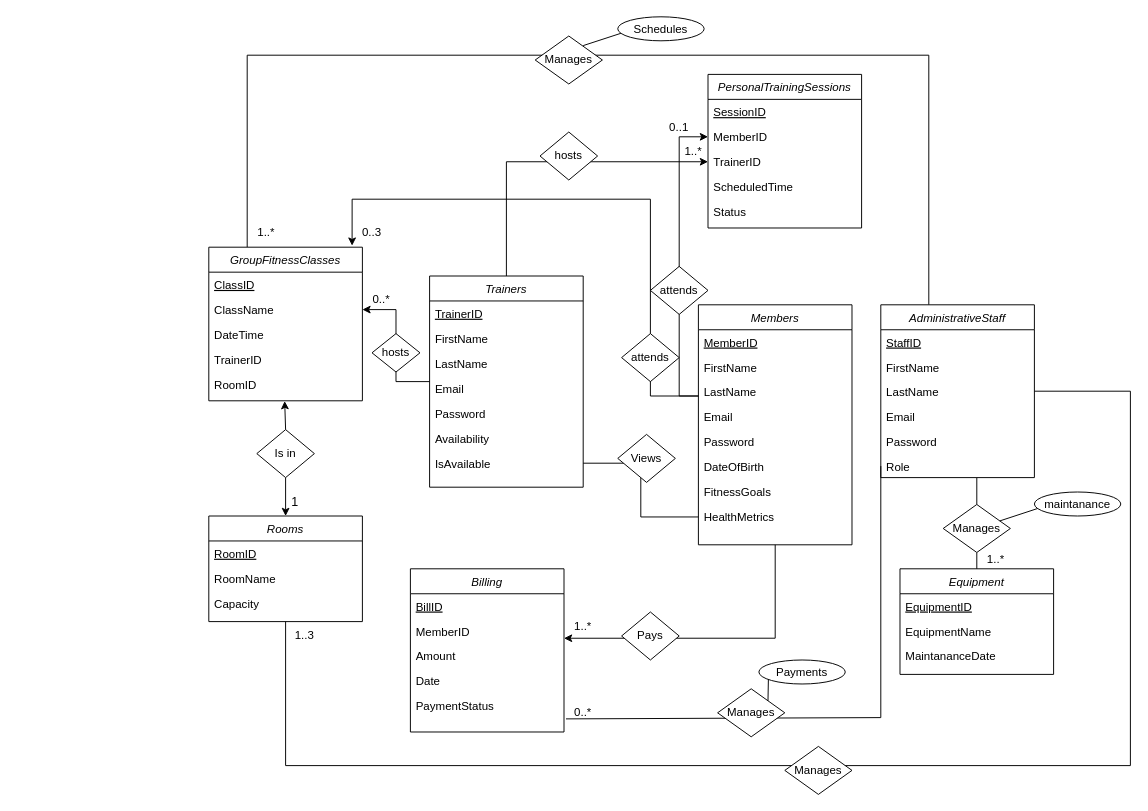
This is Diagrams/ER_Diagram.drawio from igortascu/3005finalProject, a draw.io file, before an edit. Source tidied: cells renumbered, new cells numbered last; positions are measured from the earlier drawing's top-left corner, leaving out a move shared by most shapes. Both pictures are drawn from the tidied source at 96%, with x=0, y=0 at pixel (208, 16).
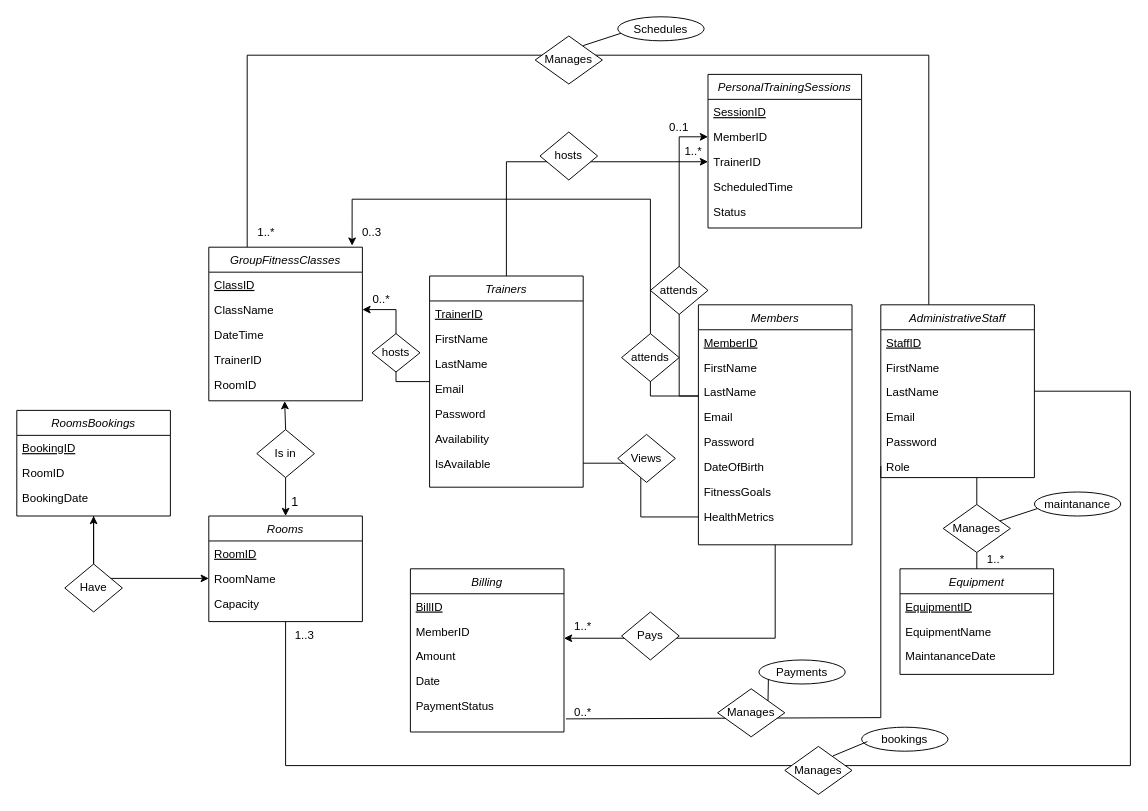
After the change.

Unchanged cells that the change refers to:
```xml
<mxCell id="4" value="RoomName" style="text;align=left;verticalAlign=top;spacingLeft=4;spacingRight=4;overflow=hidden;points=[[0,0.5],[1,0.5]];portConstraint=eastwest;rounded=0;shadow=0;html=0;" parent="2" vertex="1">
  <mxGeometry y="52" width="160" height="26" as="geometry" />
</mxCell>
```

The edit, as a diff of the source:
```diff
@@
+    <mxCell id="92" style="edgeStyle=orthogonalEdgeStyle;rounded=0;jettySize=auto;html=1;entryX=0;entryY=0.5;entryDx=0;entryDy=0;" parent="1" edge="1" source="93" target="4">
+      <mxGeometry relative="1" as="geometry" />
+    </mxCell>
+    <mxCell id="93" value="RoomsBookings" style="swimlane;fontStyle=2;align=center;verticalAlign=top;horizontal=1;startSize=26;rounded=0;shadow=0;strokeWidth=1;" parent="1" vertex="1">
+      <mxGeometry x="-200" y="410" width="160" height="110" as="geometry" />
+    </mxCell>
+    <mxCell id="94" value="BookingID" style="text;align=left;verticalAlign=top;spacingLeft=4;spacingRight=4;overflow=hidden;fontStyle=4;" parent="93" vertex="1">
+      <mxGeometry y="26" width="160" height="26" as="geometry" />
+    </mxCell>
+    <mxCell id="95" value="RoomID" style="text;align=left;verticalAlign=top;spacingLeft=4;spacingRight=4;overflow=hidden;rounded=0;shadow=0;html=0;" parent="93" vertex="1">
+      <mxGeometry y="52" width="160" height="26" as="geometry" />
+    </mxCell>
+    <mxCell id="96" value="BookingDate" style="text;align=left;verticalAlign=top;spacingLeft=4;spacingRight=4;overflow=hidden;rounded=0;shadow=0;html=0;" parent="93" vertex="1">
+      <mxGeometry y="78" width="160" height="26" as="geometry" />
+    </mxCell>
+    <mxCell id="97" value="Have" style="rhombus;whiteSpace=wrap;html=1;" parent="1" vertex="1">
+      <mxGeometry x="-150" y="570" width="60" height="50" as="geometry" />
+    </mxCell>
+    <mxCell id="98" style="endArrow=classic;html=1;rounded=0;exitX=0.5;exitY=0;exitDx=0;exitDy=0;entryX=0.5;entryY=1;entryDx=0;entryDy=0;" parent="1" edge="1" source="97" target="93">
+      <mxGeometry relative="1" as="geometry" />
+    </mxCell>
+    <mxCell id="99" value="bookings" style="ellipse;whiteSpace=wrap;html=1;" parent="1" vertex="1">
+      <mxGeometry x="680" y="740" width="90" height="25" as="geometry" />
+    </mxCell>
+    <mxCell id="100" style="endArrow=none;html=1;rounded=0;" parent="1" edge="1">
+      <mxGeometry relative="1" as="geometry">
+        <mxPoint x="650" y="770" as="sourcePoint" />
+        <mxPoint x="686" y="755" as="targetPoint" />
+      </mxGeometry>
+    </mxCell>
```
